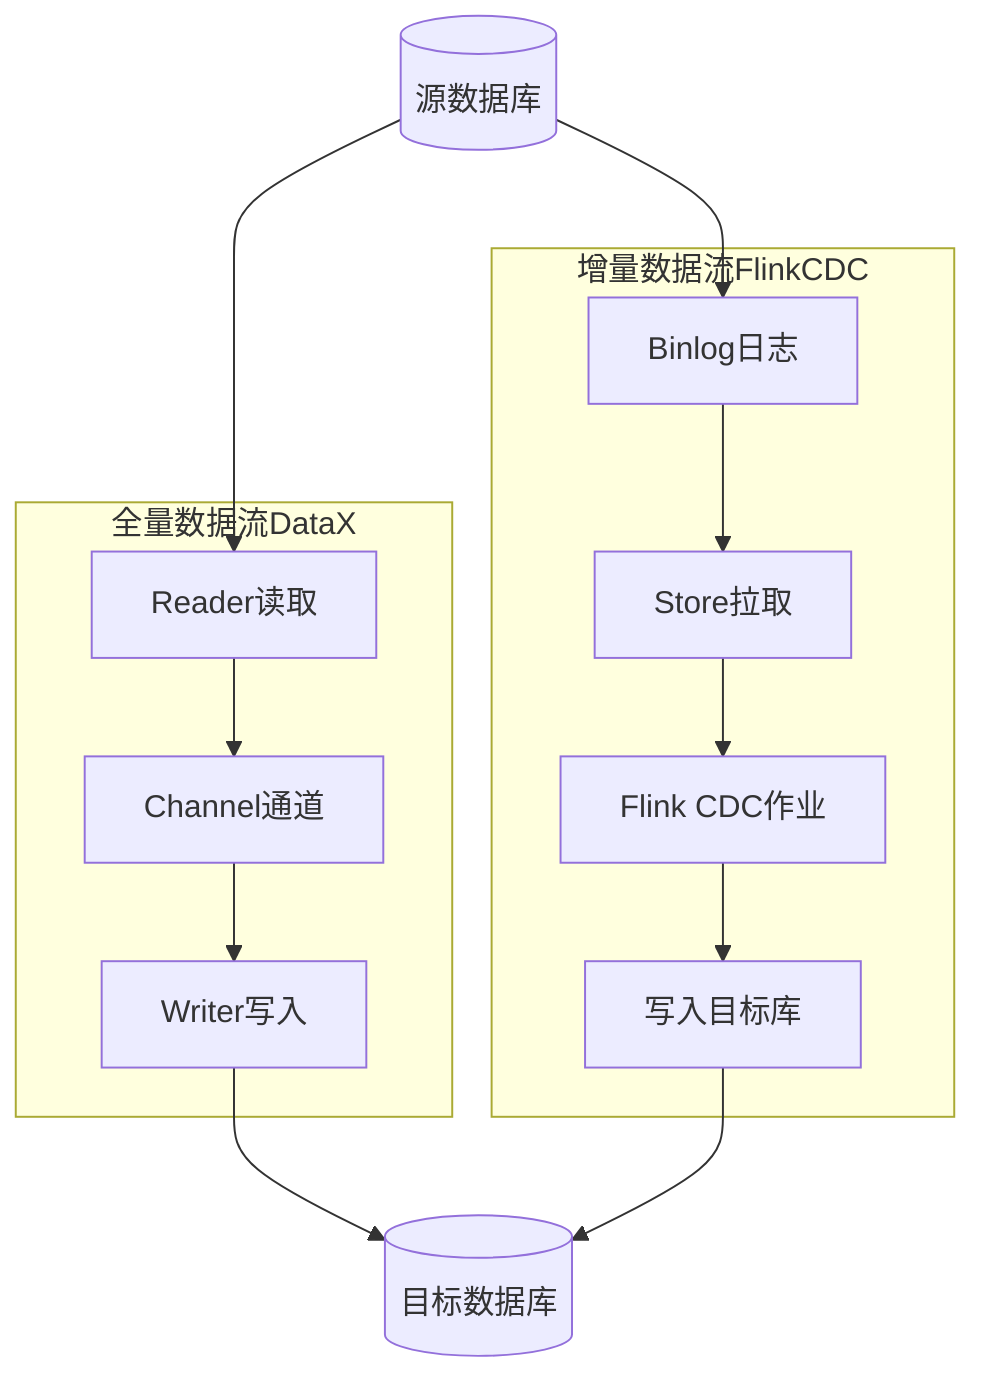
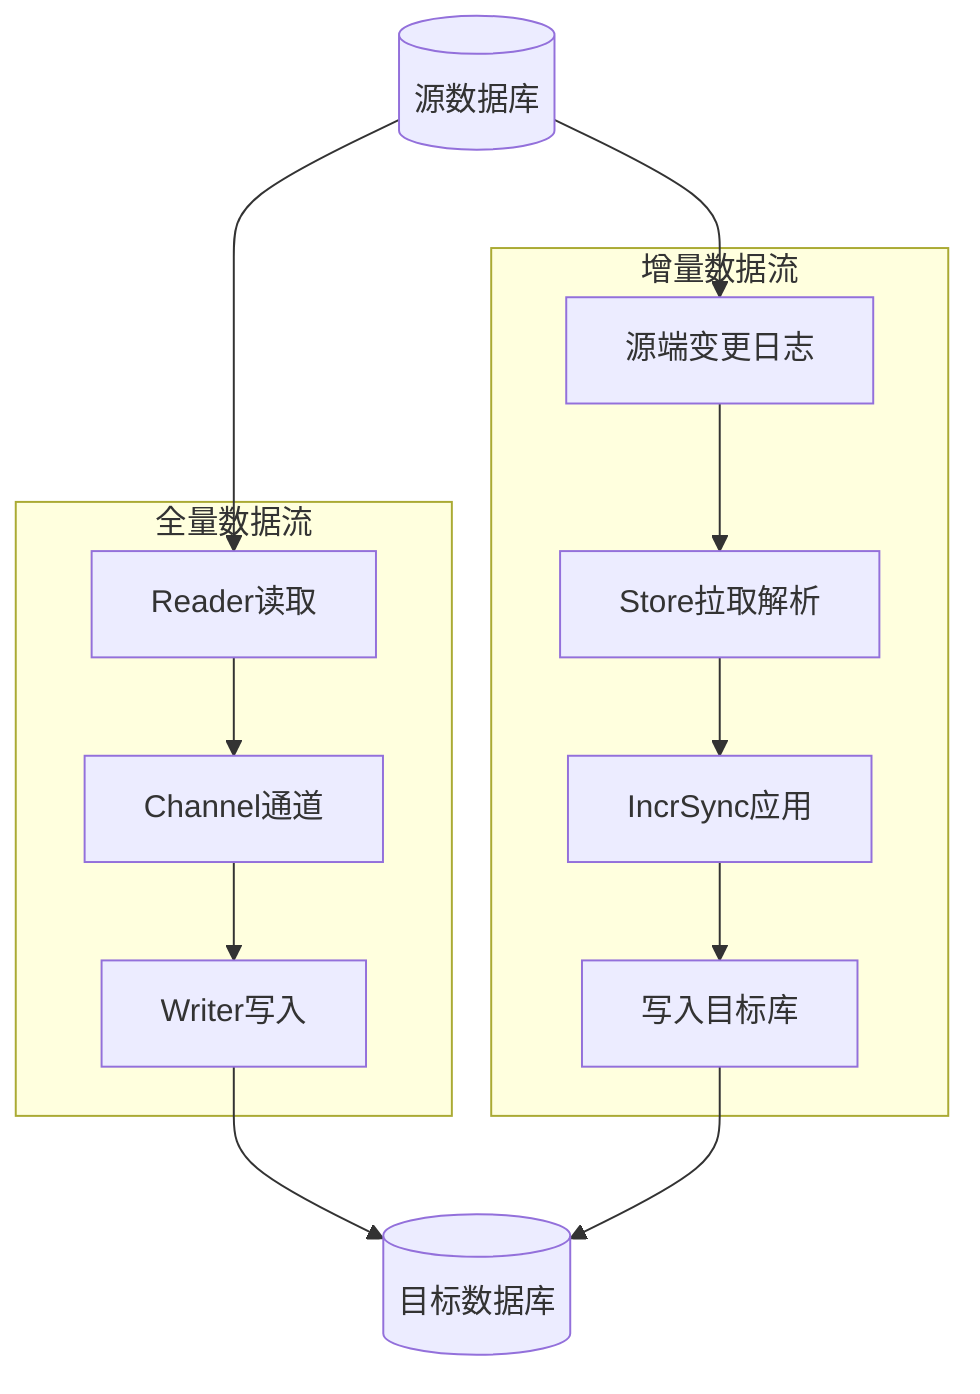
flowchart TB
-     subgraph batchFlow [全量数据流DataX]
+     subgraph batchFlow [全量数据流]
        Reader[Reader读取] --> Channel[Channel通道]
        Channel --> Writer[Writer写入]
    end

-     subgraph streamFlow [增量数据流FlinkCDC]
-         Binlog[Binlog日志] --> StoreComp[Store拉取]
-         StoreComp --> FlinkJob[Flink CDC作业]
-         FlinkJob --> TargetSink[写入目标库]
+     subgraph streamFlow [增量数据流]
+         Binlog[源端变更日志] --> StoreComp[Store拉取解析]
+         StoreComp --> IncrComp[IncrSync应用]
+         IncrComp --> TargetSink[写入目标库]
    end

    SourceDB[(源数据库)] --> Reader
    SourceDB --> Binlog
    Writer --> TargetDB[(目标数据库)]
    TargetSink --> TargetDB
